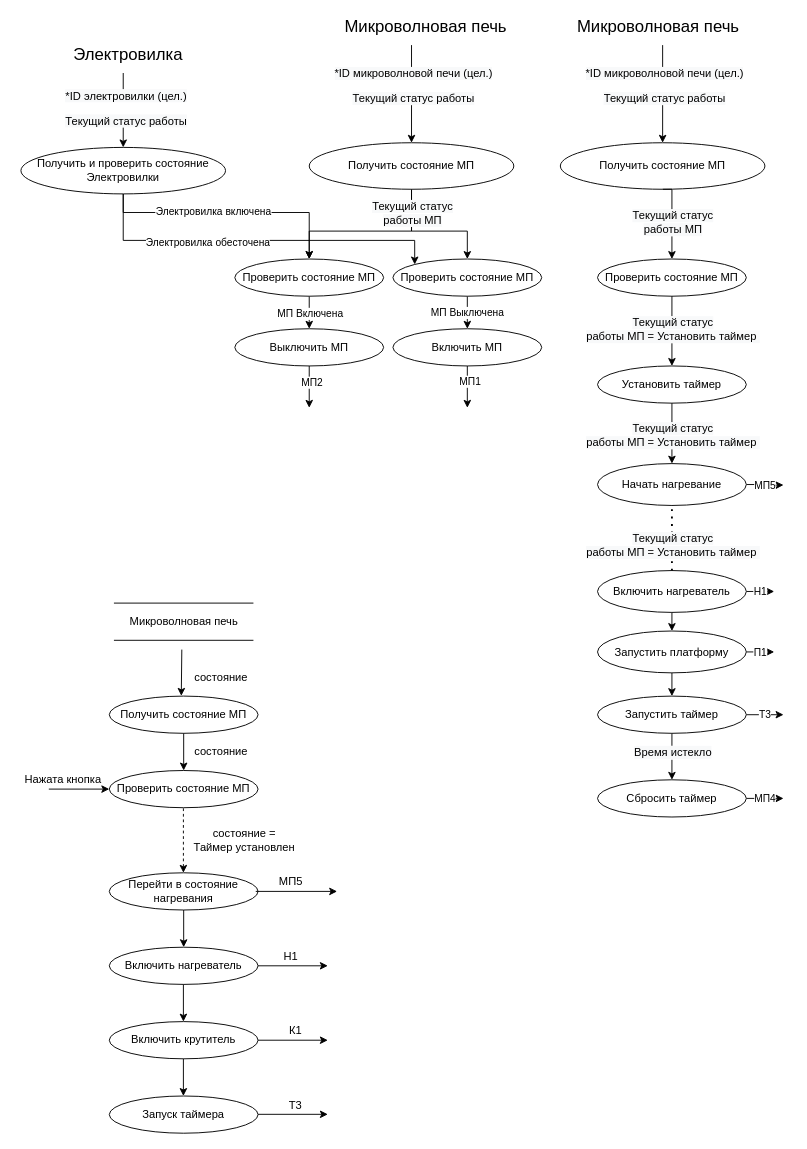
This is page "ДПДД" (2 of 4) of eduSem_4/objectOrientedProgramming/LR_5/AndreevAA_LR5_UML.drawio from AndreevAA/BMSTU, a draw.io file, before an edit. Source tidied: cells renumbered, new cells numbered last; positions are measured from the earlier drawing's top-left corner, leaving out a move shared by most shapes. Both pictures are drawn from the tidied source at 93%, with x=0, y=0 at pixel (16, 17).
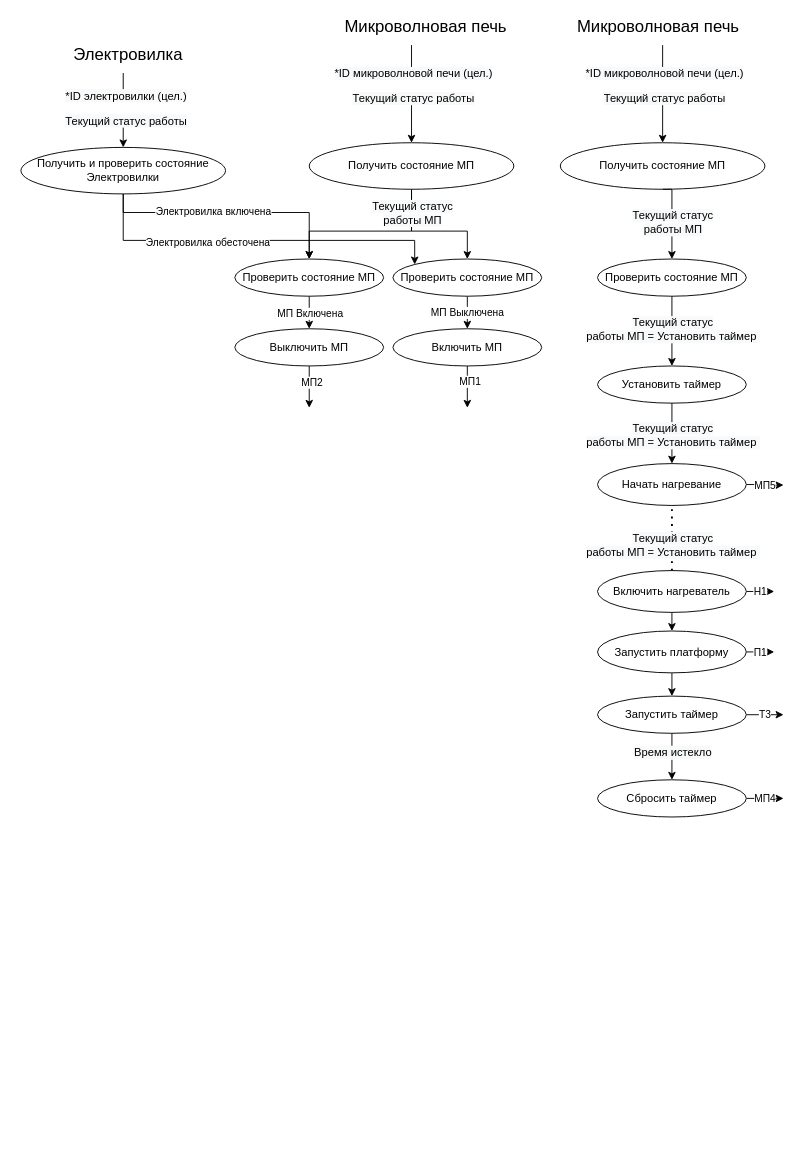
The same page after the edit.

Commit message (it also covers changes not shown here):
Обновление ДПДД

Diff of the diagram source:
```diff
@@
-    <mxCell id="2" value="Получить состояние МП" style="ellipse;whiteSpace=wrap;html=1;" parent="1" vertex="1">
-      <mxGeometry x="100" y="730" width="160" height="40" as="geometry" />
-    </mxCell>
-    <mxCell id="3" style="endArrow=classic;html=1;exitX=0.456;exitY=1;exitDx=0;exitDy=0;exitPerimeter=0;entryX=0.484;entryY=-0.007;entryDx=0;entryDy=0;entryPerimeter=0;" parent="1" edge="1" target="2">
-      <mxGeometry relative="1" as="geometry">
-        <mxPoint x="178" y="680" as="sourcePoint" />
-      </mxGeometry>
-    </mxCell>
-    <mxCell id="4" value="состояние" style="text;html=1;align=center;verticalAlign=middle;" parent="1" vertex="1">
-      <mxGeometry x="185" y="700" width="70" height="20" as="geometry" />
-    </mxCell>
-    <mxCell id="5" value="Проверить состояние МП" style="ellipse;whiteSpace=wrap;html=1;" parent="1" vertex="1">
-      <mxGeometry x="100" y="810" width="160" height="40" as="geometry" />
-    </mxCell>
-    <mxCell id="6" style="endArrow=classic;html=1;exitX=0.5;exitY=1;exitDx=0;exitDy=0;entryX=0.5;entryY=0;entryDx=0;entryDy=0;" parent="1" edge="1" source="2" target="5">
-      <mxGeometry relative="1" as="geometry" />
-    </mxCell>
-    <mxCell id="7" value="состояние" style="text;html=1;align=center;verticalAlign=middle;" parent="1" vertex="1">
-      <mxGeometry x="185" y="780" width="70" height="20" as="geometry" />
-    </mxCell>
-    <mxCell id="8" style="endArrow=none;dashed=1;html=1;rounded=1;startArrow=classic;startFill=1;" parent="1" edge="1">
-      <mxGeometry relative="1" as="geometry">
-        <mxPoint x="179.7" y="920" as="sourcePoint" />
-        <mxPoint x="179.7" y="850" as="targetPoint" />
-      </mxGeometry>
-    </mxCell>
-    <mxCell id="9" value="состояние = &lt;br&gt;Таймер установлен" style="text;html=1;align=center;verticalAlign=middle;" parent="1" vertex="1">
-      <mxGeometry x="180" y="870" width="130" height="30" as="geometry" />
-    </mxCell>
-    <mxCell id="10" value="Перейти в состояние нагревания" style="ellipse;whiteSpace=wrap;html=1;" parent="1" vertex="1">
-      <mxGeometry x="100" y="920" width="160" height="40" as="geometry" />
-    </mxCell>
-    <mxCell id="11" style="endArrow=classic;html=1;" parent="1" edge="1">
-      <mxGeometry relative="1" as="geometry">
-        <mxPoint x="257.5" y="940" as="sourcePoint" />
-        <mxPoint x="345" y="940" as="targetPoint" />
-      </mxGeometry>
-    </mxCell>
-    <mxCell id="12" value="МП5" style="text;html=1;align=center;verticalAlign=middle;" parent="1" vertex="1">
-      <mxGeometry x="275" y="920" width="40" height="20" as="geometry" />
-    </mxCell>
-    <mxCell id="13" value="Включить нагреватель" style="ellipse;whiteSpace=wrap;html=1;" parent="1" vertex="1">
-      <mxGeometry x="100" y="1000" width="160" height="40" as="geometry" />
-    </mxCell>
-    <mxCell id="14" value="Включить крутитель" style="ellipse;whiteSpace=wrap;html=1;" parent="1" vertex="1">
-      <mxGeometry x="100" y="1080" width="160" height="40" as="geometry" />
-    </mxCell>
-    <mxCell id="15" value="Запуск таймера" style="ellipse;whiteSpace=wrap;html=1;" parent="1" vertex="1">
-      <mxGeometry x="100" y="1160" width="160" height="40" as="geometry" />
-    </mxCell>
-    <mxCell id="16" style="endArrow=classic;html=1;exitX=0.5;exitY=1;exitDx=0;exitDy=0;entryX=0.5;entryY=0;entryDx=0;entryDy=0;" parent="1" edge="1" source="10" target="13">
-      <mxGeometry relative="1" as="geometry" />
-    </mxCell>
-    <mxCell id="17" style="endArrow=classic;html=1;exitX=0.5;exitY=1;exitDx=0;exitDy=0;entryX=0.5;entryY=0;entryDx=0;entryDy=0;" parent="1" edge="1">
-      <mxGeometry relative="1" as="geometry">
-        <mxPoint x="179.7" y="1040" as="sourcePoint" />
-        <mxPoint x="179.7" y="1080" as="targetPoint" />
-      </mxGeometry>
-    </mxCell>
-    <mxCell id="18" style="endArrow=classic;html=1;exitX=0.5;exitY=1;exitDx=0;exitDy=0;entryX=0.5;entryY=0;entryDx=0;entryDy=0;" parent="1" edge="1">
-      <mxGeometry relative="1" as="geometry">
-        <mxPoint x="179.7" y="1120" as="sourcePoint" />
-        <mxPoint x="179.7" y="1160" as="targetPoint" />
-      </mxGeometry>
-    </mxCell>
-    <mxCell id="19" style="endArrow=classic;html=1;exitX=1;exitY=0.5;exitDx=0;exitDy=0;" parent="1" edge="1" source="13">
-      <mxGeometry relative="1" as="geometry">
-        <mxPoint x="335" y="1020" as="targetPoint" />
-      </mxGeometry>
-    </mxCell>
-    <mxCell id="20" style="endArrow=classic;html=1;exitX=1;exitY=0.5;exitDx=0;exitDy=0;" parent="1" edge="1" source="14">
-      <mxGeometry relative="1" as="geometry">
-        <mxPoint x="335" y="1100" as="targetPoint" />
-      </mxGeometry>
-    </mxCell>
-    <mxCell id="21" style="endArrow=classic;html=1;exitX=1;exitY=0.5;exitDx=0;exitDy=0;" parent="1" edge="1">
-      <mxGeometry relative="1" as="geometry">
-        <mxPoint x="260" y="1179.7" as="sourcePoint" />
-        <mxPoint x="335" y="1179.7" as="targetPoint" />
-      </mxGeometry>
-    </mxCell>
-    <mxCell id="22" value="Н1" style="text;html=1;align=center;verticalAlign=middle;" parent="1" vertex="1">
-      <mxGeometry x="280" y="1000" width="30" height="20" as="geometry" />
-    </mxCell>
-    <mxCell id="23" value="К1" style="text;html=1;align=center;verticalAlign=middle;" parent="1" vertex="1">
-      <mxGeometry x="285" y="1080" width="30" height="20" as="geometry" />
-    </mxCell>
-    <mxCell id="24" value="Т3" style="text;html=1;align=center;verticalAlign=middle;" parent="1" vertex="1">
-      <mxGeometry x="285" y="1160" width="30" height="20" as="geometry" />
-    </mxCell>
-    <mxCell id="25" style="endArrow=classic;html=1;entryX=0;entryY=0.5;entryDx=0;entryDy=0;" parent="1" edge="1" target="5">
-      <mxGeometry relative="1" as="geometry">
-        <mxPoint x="35" y="830" as="sourcePoint" />
-      </mxGeometry>
-    </mxCell>
-    <mxCell id="26" value="Нажата кнопка" style="text;html=1;align=center;verticalAlign=middle;" parent="1" vertex="1">
-      <mxGeometry y="810" width="100" height="20" as="geometry" />
-    </mxCell>
-    <mxCell id="27" value="Микроволновая печь" style="text;html=1;align=center;verticalAlign=middle;" parent="1" vertex="1">
-      <mxGeometry x="115" y="640" width="130" height="20" as="geometry" />
-    </mxCell>
-    <mxCell id="28" style="endArrow=none;html=1;" parent="1" edge="1">
-      <mxGeometry relative="1" as="geometry">
-        <mxPoint x="105" y="670" as="sourcePoint" />
-        <mxPoint x="255" y="670" as="targetPoint" />
-      </mxGeometry>
-    </mxCell>
-    <mxCell id="29" style="endArrow=none;html=1;" parent="1" edge="1">
-      <mxGeometry relative="1" as="geometry">
-        <mxPoint x="105" y="630" as="sourcePoint" />
-        <mxPoint x="255" y="630" as="targetPoint" />
-      </mxGeometry>
-    </mxCell>
```
